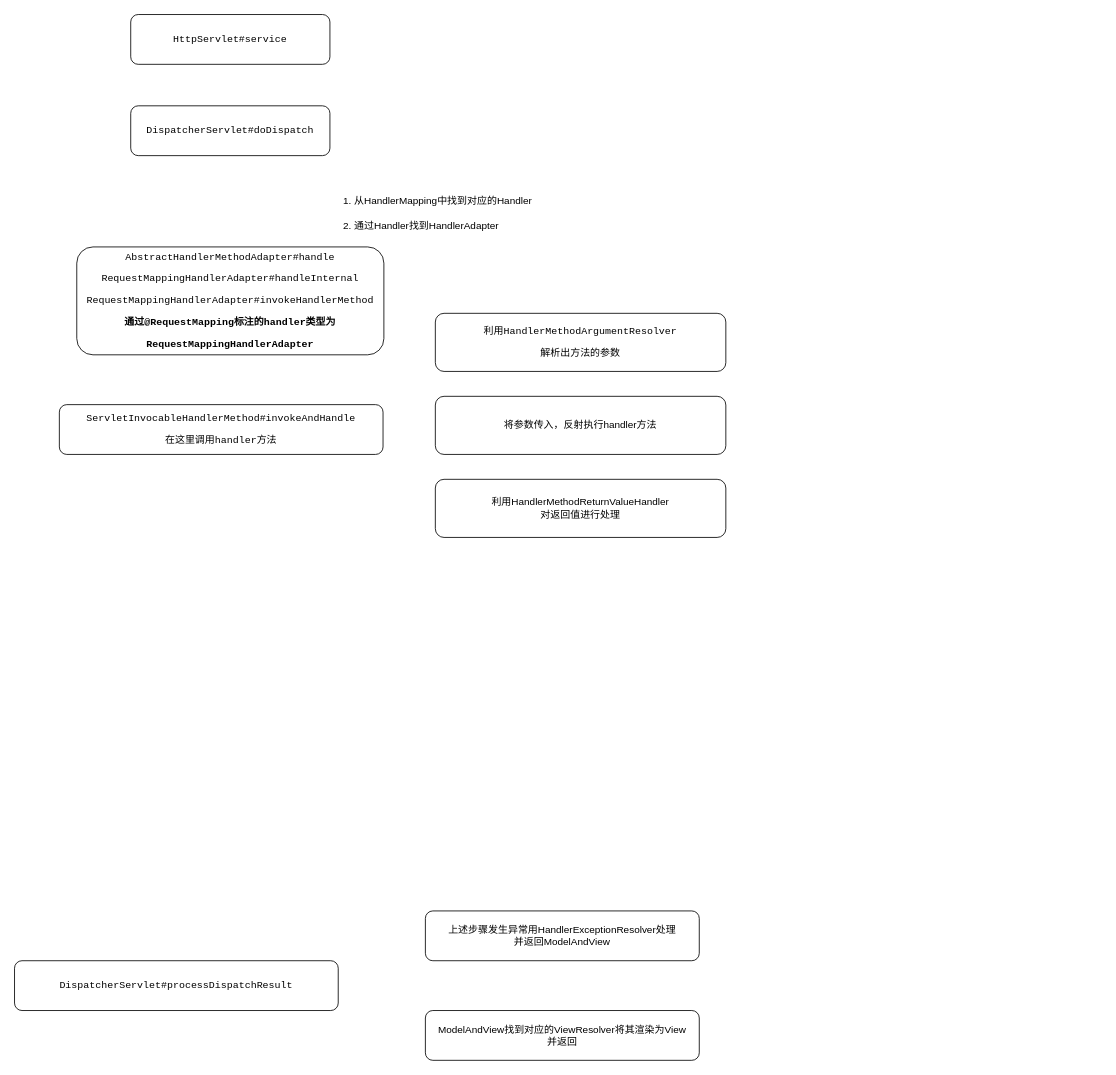
Above: spring-mvc/RequestMappingHandlerAdapter执行过程.drawio in erlieStar/diagrams (draw.io), before the change. Source tidied: cells renumbered, new cells numbered last; positions are measured from the earlier drawing's top-left corner, leaving out a move shared by most shapes. Both pictures are drawn from the tidied source at 83%, with x=0, y=0 at pixel (14, 14).
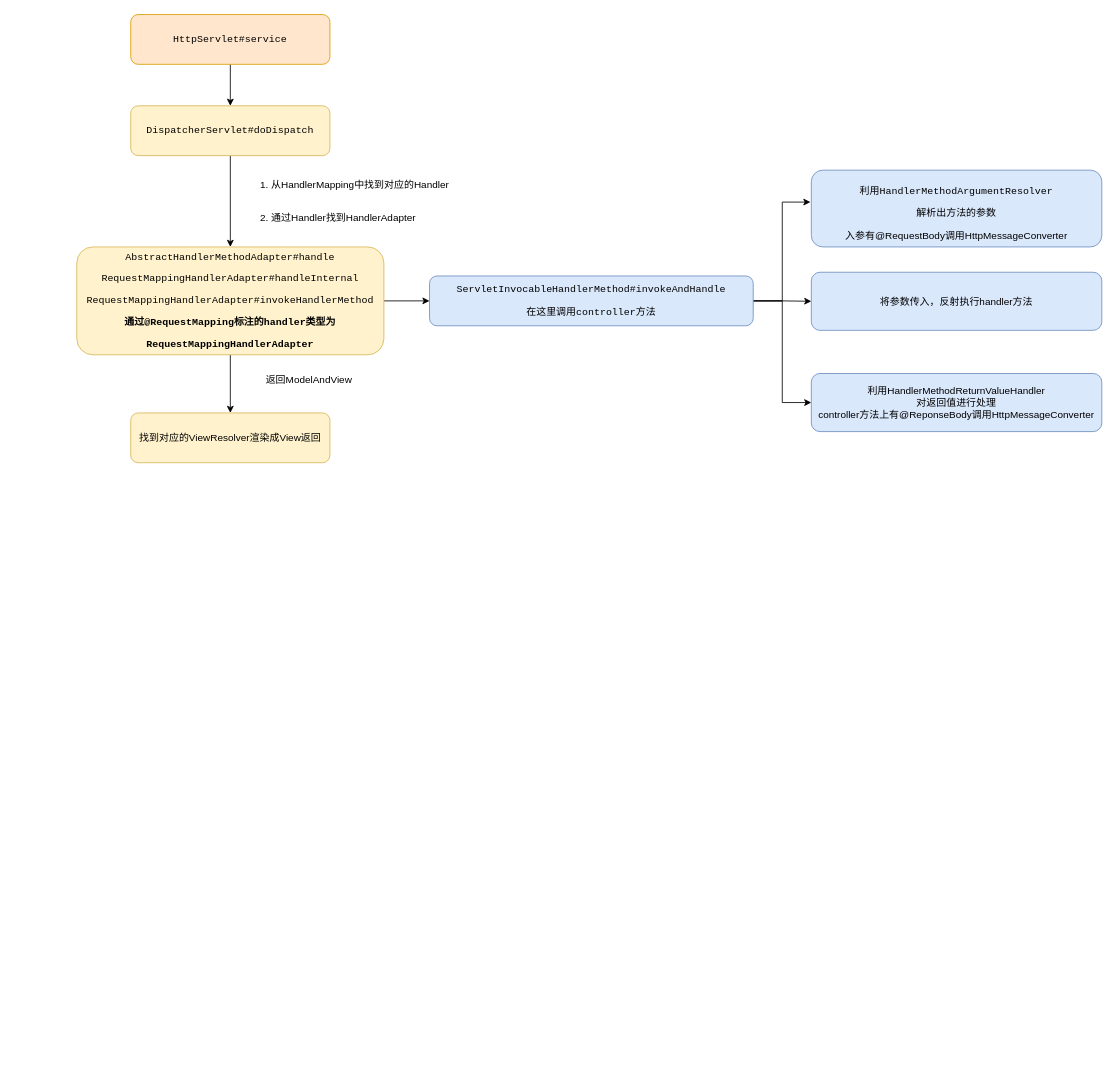
The same diagram, later.

Change to the diagram source:
```diff
@@
 <mxGraphModel>
   <root>
     <mxCell id="0" />
     <mxCell id="1" parent="0" />
+    <mxCell id="14" style="edgeStyle=orthogonalEdgeStyle;rounded=0;jettySize=auto;html=1;entryX=0.5;entryY=0;entryDx=0;entryDy=0;" parent="1" edge="1" source="2" target="3">
+      <mxGeometry relative="1" as="geometry" />
+    </mxCell>
-    <mxCell id="2" value="&lt;pre&gt;HttpServlet#service&lt;/pre&gt;" style="rounded=1;whiteSpace=wrap;html=1;" parent="1" vertex="1">
+    <mxCell id="2" value="&lt;pre&gt;HttpServlet#service&lt;/pre&gt;" style="rounded=1;whiteSpace=wrap;html=1;fillColor=#ffe6cc;strokeColor=#d79b00;" parent="1" vertex="1">
       <mxGeometry x="140" width="240" height="60" as="geometry" />
     </mxCell>
+    <mxCell id="15" style="edgeStyle=orthogonalEdgeStyle;rounded=0;jettySize=auto;html=1;exitX=0.5;exitY=1;exitDx=0;exitDy=0;entryX=0.5;entryY=0;entryDx=0;entryDy=0;" parent="1" edge="1" source="3" target="4">
+      <mxGeometry relative="1" as="geometry" />
+    </mxCell>
-    <mxCell id="3" value="&lt;pre&gt;DispatcherServlet#doDispatch&lt;/pre&gt;" style="rounded=1;whiteSpace=wrap;html=1;" parent="1" vertex="1">
+    <mxCell id="3" value="&lt;pre&gt;DispatcherServlet#doDispatch&lt;/pre&gt;" style="rounded=1;whiteSpace=wrap;html=1;fillColor=#fff2cc;strokeColor=#d6b656;" parent="1" vertex="1">
       <mxGeometry x="140" y="110" width="240" height="60" as="geometry" />
     </mxCell>
+    <mxCell id="16" style="edgeStyle=orthogonalEdgeStyle;rounded=0;jettySize=auto;html=1;" parent="1" edge="1" source="4" target="21">
+      <mxGeometry relative="1" as="geometry" />
+    </mxCell>
+    <mxCell id="17" style="edgeStyle=orthogonalEdgeStyle;rounded=0;jettySize=auto;html=1;exitX=1;exitY=0.5;exitDx=0;exitDy=0;entryX=0;entryY=0.5;entryDx=0;entryDy=0;" parent="1" edge="1" source="4" target="7">
+      <mxGeometry relative="1" as="geometry" />
+    </mxCell>
-    <mxCell id="4" value="&lt;pre&gt;AbstractHandlerMethodAdapter#handle&lt;/pre&gt;&lt;pre&gt;&lt;pre&gt;RequestMappingHandlerAdapter#handleInternal&lt;/pre&gt;&lt;pre&gt;RequestMappingHandlerAdapter#invokeHandlerMethod&lt;/pre&gt;&lt;pre&gt;&lt;b&gt;通过@RequestMapping标注的handler类型为&lt;/b&gt;&lt;/pre&gt;&lt;pre&gt;&lt;b&gt;RequestMappingHandlerAdapter&lt;/b&gt;&lt;/pre&gt;&lt;/pre&gt;" style="rounded=1;whiteSpace=wrap;html=1;" parent="1" vertex="1">
+    <mxCell id="4" value="&lt;pre&gt;AbstractHandlerMethodAdapter#handle&lt;/pre&gt;&lt;pre&gt;&lt;pre&gt;RequestMappingHandlerAdapter#handleInternal&lt;/pre&gt;&lt;pre&gt;RequestMappingHandlerAdapter#invokeHandlerMethod&lt;/pre&gt;&lt;pre&gt;&lt;b&gt;通过@RequestMapping标注的handler类型为&lt;/b&gt;&lt;/pre&gt;&lt;pre&gt;&lt;b&gt;RequestMappingHandlerAdapter&lt;/b&gt;&lt;/pre&gt;&lt;/pre&gt;" style="rounded=1;whiteSpace=wrap;html=1;fillColor=#fff2cc;strokeColor=#d6b656;" parent="1" vertex="1">
       <mxGeometry x="75" y="280" width="370" height="130" as="geometry" />
     </mxCell>
     <mxCell id="5" value="1. 从HandlerMapping中找到对应的Handler" style="text;html=1;strokeColor=none;fillColor=none;align=center;verticalAlign=middle;whiteSpace=wrap;rounded=0;" parent="1" vertex="1">
-      <mxGeometry x="370" y="210" width="280" height="30" as="geometry" />
+      <mxGeometry x="270" y="190" width="280" height="30" as="geometry" />
     </mxCell>
     <mxCell id="6" value="2. 通过Handler找到HandlerAdapter" style="text;html=1;strokeColor=none;fillColor=none;align=center;verticalAlign=middle;whiteSpace=wrap;rounded=0;" parent="1" vertex="1">
-      <mxGeometry x="350" y="240" width="280" height="30" as="geometry" />
+      <mxGeometry x="250" y="230" width="280" height="30" as="geometry" />
     </mxCell>
+    <mxCell id="18" style="edgeStyle=orthogonalEdgeStyle;rounded=0;jettySize=auto;html=1;exitX=1;exitY=0.5;exitDx=0;exitDy=0;entryX=-0.003;entryY=0.416;entryDx=0;entryDy=0;entryPerimeter=0;" parent="1" edge="1" source="7" target="11">
+      <mxGeometry relative="1" as="geometry" />
+    </mxCell>
+    <mxCell id="19" style="edgeStyle=orthogonalEdgeStyle;rounded=0;jettySize=auto;html=1;exitX=1;exitY=0.5;exitDx=0;exitDy=0;entryX=0;entryY=0.5;entryDx=0;entryDy=0;" parent="1" edge="1" source="7" target="13">
+      <mxGeometry relative="1" as="geometry" />
+    </mxCell>
+    <mxCell id="20" style="edgeStyle=orthogonalEdgeStyle;rounded=0;jettySize=auto;html=1;exitX=1;exitY=0.5;exitDx=0;exitDy=0;entryX=0;entryY=0.5;entryDx=0;entryDy=0;" parent="1" edge="1" source="7" target="12">
+      <mxGeometry relative="1" as="geometry" />
+    </mxCell>
-    <mxCell id="7" value="&lt;pre&gt;ServletInvocableHandlerMethod#invokeAndHandle&lt;br&gt;&lt;/pre&gt;&lt;pre&gt;在这里调用handler方法&lt;/pre&gt;" style="rounded=1;whiteSpace=wrap;html=1;" parent="1" vertex="1">
-      <mxGeometry x="54" y="470" width="390" height="60" as="geometry" />
+    <mxCell id="7" value="&lt;pre&gt;ServletInvocableHandlerMethod#invokeAndHandle&lt;br&gt;&lt;/pre&gt;&lt;pre&gt;在这里调用controller方法&lt;/pre&gt;" style="rounded=1;whiteSpace=wrap;html=1;fillColor=#dae8fc;strokeColor=#6c8ebf;" parent="1" vertex="1">
+      <mxGeometry x="500" y="315" width="390" height="60" as="geometry" />
     </mxCell>
-    <mxCell id="8" value="&lt;pre&gt;DispatcherServlet#processDispatchResult&lt;/pre&gt;" style="rounded=1;whiteSpace=wrap;html=1;" parent="1" vertex="1">
-      <mxGeometry y="1140" width="390" height="60" as="geometry" />
-    </mxCell>
-    <mxCell id="9" value="上述步骤发生异常用HandlerExceptionResolver处理&lt;br&gt;并返回ModelAndView" style="rounded=1;whiteSpace=wrap;html=1;" parent="1" vertex="1">
-      <mxGeometry x="495" y="1080" width="330" height="60" as="geometry" />
-    </mxCell>
-    <mxCell id="10" value="&lt;span&gt;ModelAndView找到对应的&lt;/span&gt;ViewResolver将其渲染为View&lt;br&gt;并返回" style="rounded=1;whiteSpace=wrap;html=1;" parent="1" vertex="1">
-      <mxGeometry x="495" y="1200" width="330" height="60" as="geometry" />
-    </mxCell>
-    <mxCell id="11" value="&lt;pre&gt;利用HandlerMethodArgumentResolver&lt;/pre&gt;&lt;pre&gt;解析出方法的参数&lt;/pre&gt;" style="rounded=1;whiteSpace=wrap;html=1;" parent="1" vertex="1">
-      <mxGeometry x="507" y="360" width="350" height="70" as="geometry" />
+    <mxCell id="11" value="&lt;pre&gt;利用HandlerMethodArgumentResolver&lt;/pre&gt;&lt;pre&gt;解析出方法的参数&lt;/pre&gt;入参有@RequestBody调用HttpMessageConverter" style="rounded=1;whiteSpace=wrap;html=1;fillColor=#dae8fc;strokeColor=#6c8ebf;" parent="1" vertex="1">
+      <mxGeometry x="960" y="187.5" width="350" height="92.5" as="geometry" />
     </mxCell>
-    <mxCell id="12" value="利用HandlerMethodReturnValueHandler&lt;br&gt;对返回值进行处理" style="rounded=1;whiteSpace=wrap;html=1;" parent="1" vertex="1">
-      <mxGeometry x="507" y="560" width="350" height="70" as="geometry" />
+    <mxCell id="12" value="利用HandlerMethodReturnValueHandler&lt;br&gt;对返回值进行处理&lt;br&gt;controller方法上有@ReponseBody调用HttpMessageConverter" style="rounded=1;whiteSpace=wrap;html=1;fillColor=#dae8fc;strokeColor=#6c8ebf;" parent="1" vertex="1">
+      <mxGeometry x="960" y="432.5" width="350" height="70" as="geometry" />
     </mxCell>
-    <mxCell id="13" value="将参数传入，反射执行handler方法" style="rounded=1;whiteSpace=wrap;html=1;" parent="1" vertex="1">
-      <mxGeometry x="507" y="460" width="350" height="70" as="geometry" />
+    <mxCell id="13" value="将参数传入，反射执行handler方法" style="rounded=1;whiteSpace=wrap;html=1;fillColor=#dae8fc;strokeColor=#6c8ebf;" parent="1" vertex="1">
+      <mxGeometry x="960" y="310.5" width="350" height="70" as="geometry" />
     </mxCell>
+    <mxCell id="21" value="找到对应的ViewResolver渲染成View返回" style="rounded=1;whiteSpace=wrap;html=1;fillColor=#fff2cc;strokeColor=#d6b656;" parent="1" vertex="1">
+      <mxGeometry x="140" y="480" width="240" height="60" as="geometry" />
+    </mxCell>
+    <mxCell id="22" value="返回ModelAndView" style="text;html=1;strokeColor=none;fillColor=none;align=center;verticalAlign=middle;whiteSpace=wrap;rounded=0;" parent="1" vertex="1">
+      <mxGeometry x="290" y="432.5" width="130" height="17" as="geometry" />
+    </mxCell>
   </root>
 </mxGraphModel>
```
